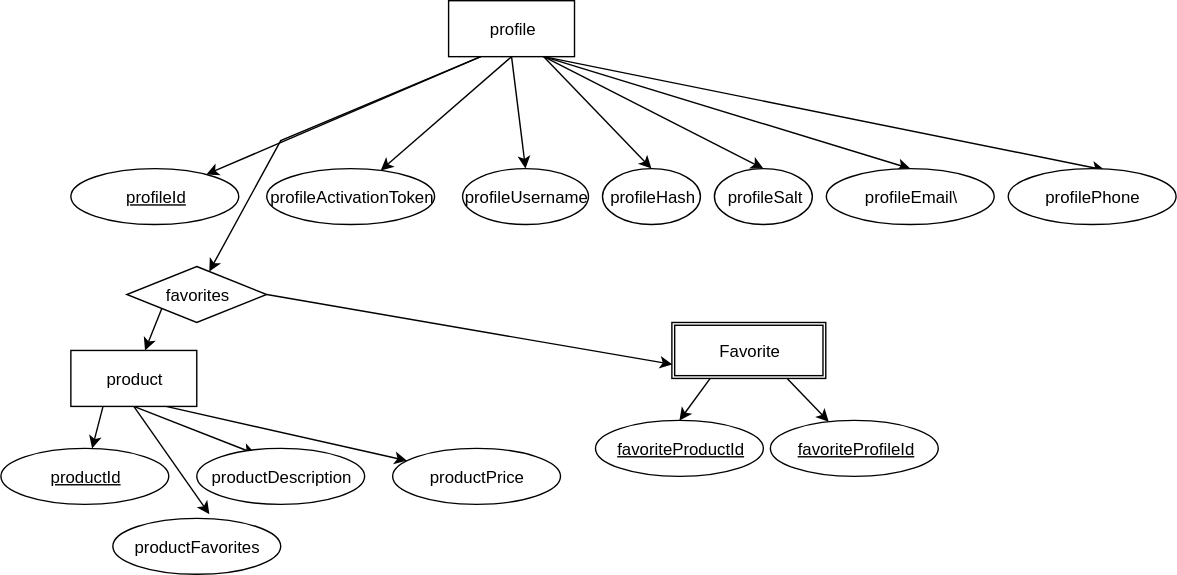
The draw.io diagram epic/images/autographsy.svg in abqmj/data-designed, before a commit. Source tidied: cells renumbered, new cells last; positions are measured from the earlier drawing's top-left corner, leaving out a move shared by most shapes.
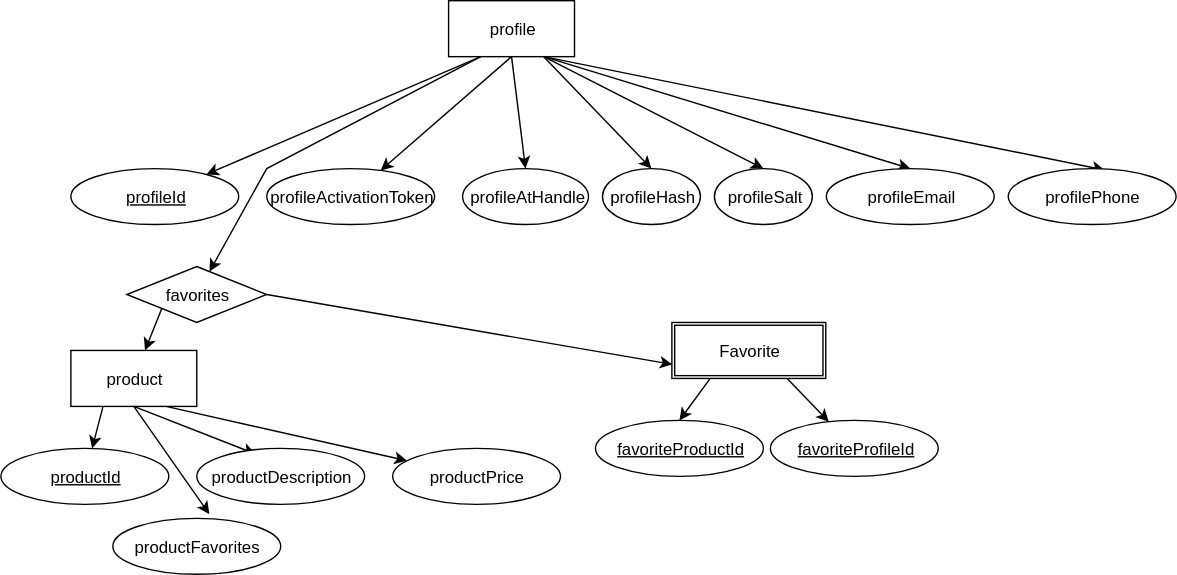
Above is the later version.

Diff of the diagram source:
```diff
@@ -26,7 +26,7 @@
     <mxCell id="9" style="edgeStyle=none;rounded=0;html=1;exitX=0.25;exitY=1;jettySize=auto;" parent="1" edge="1" source="10" target="26">
       <mxGeometry relative="1" as="geometry">
         <Array as="points">
-          <mxPoint x="200" y="100" />
+          <mxPoint x="190" y="120" />
         </Array>
       </mxGeometry>
     </mxCell>
@@ -45,7 +45,7 @@
     <mxCell id="13" value="profileActivationToken" style="ellipse;whiteSpace=wrap;html=1;" parent="1" vertex="1">
       <mxGeometry x="190" y="120" width="120" height="40" as="geometry" />
     </mxCell>
-    <mxCell id="14" value="profileUsername" style="ellipse;whiteSpace=wrap;html=1;" parent="1" vertex="1">
+    <mxCell id="14" value="profileAtHandle" style="ellipse;whiteSpace=wrap;html=1;" parent="1" vertex="1">
       <mxGeometry x="330" y="120" width="90" height="40" as="geometry" />
     </mxCell>
     <mxCell id="15" value="profileHash" style="ellipse;whiteSpace=wrap;html=1;" parent="1" vertex="1">
@@ -54,7 +54,7 @@
     <mxCell id="16" value="profileSalt" style="ellipse;whiteSpace=wrap;html=1;" parent="1" vertex="1">
       <mxGeometry x="510" y="120" width="70" height="40" as="geometry" />
     </mxCell>
-    <mxCell id="17" value="profileEmail\" style="ellipse;whiteSpace=wrap;html=1;" parent="1" vertex="1">
+    <mxCell id="17" value="profileEmail" style="ellipse;whiteSpace=wrap;html=1;" parent="1" vertex="1">
       <mxGeometry x="589.8" y="120" width="120" height="40" as="geometry" />
     </mxCell>
     <mxCell id="18" value="profilePhone" style="ellipse;whiteSpace=wrap;html=1;" parent="1" vertex="1">
```
